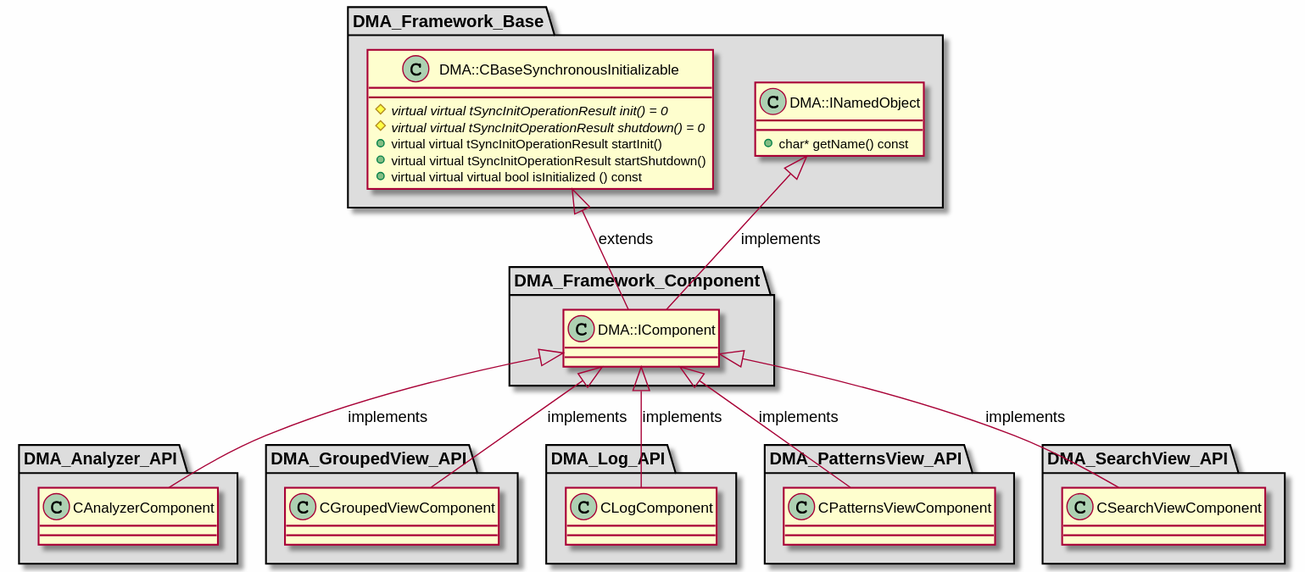
Above: md/dev_docs/puml/DMA_Framework_Component.svg in svlad-90/DLT-Message-Analyzer (PlantUML), before the change.
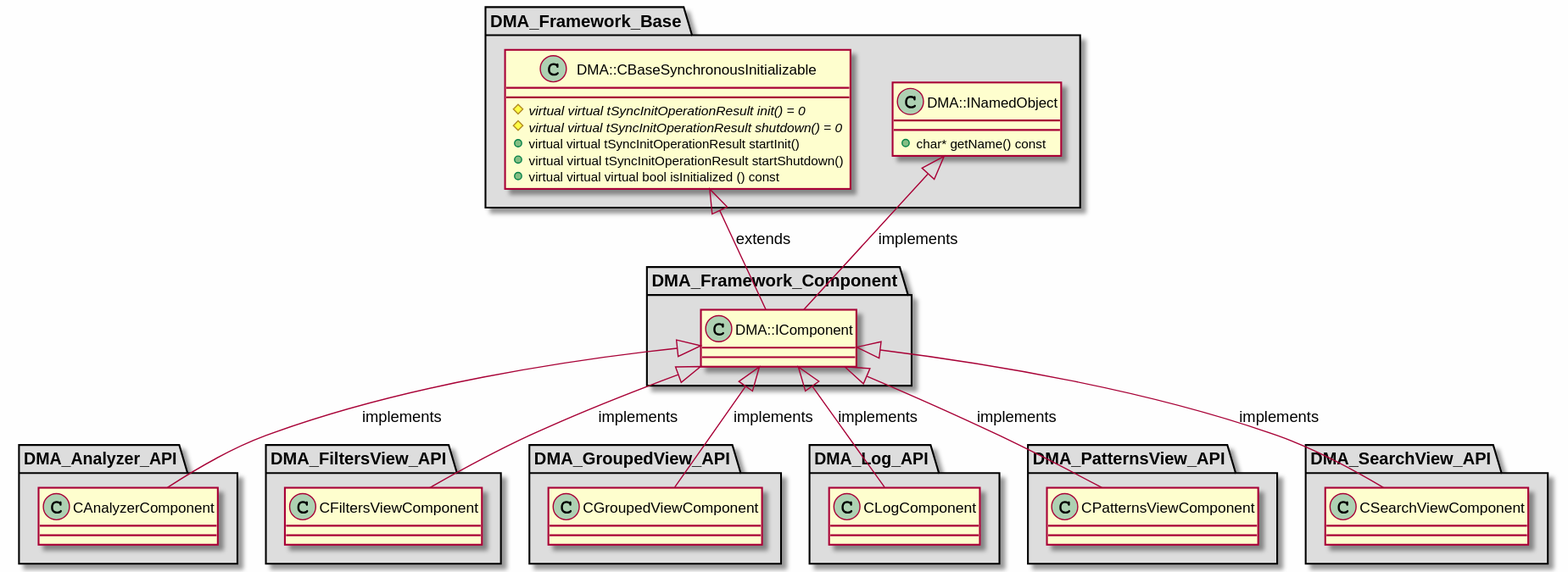
Later version of the same file.

Diff of the diagram source:
```diff
@@ -6,6 +6,15 @@
 {
 
 class "CAnalyzerComponent"
+{
+}
+
+}
+
+package "DMA_FiltersView_API" #DDDDDD
+{
+
+class "CFiltersViewComponent"
 {
 }
 
@@ -76,6 +85,7 @@
 }
 
 DMA::IComponent <|-- CAnalyzerComponent : implements
+DMA::IComponent <|-- CFiltersViewComponent : implements
 DMA::CBaseSynchronousInitializable <|-- DMA::IComponent : extends
 DMA::INamedObject <|-- DMA::IComponent : implements
 DMA::IComponent <|-- CGroupedViewComponent : implements
```
